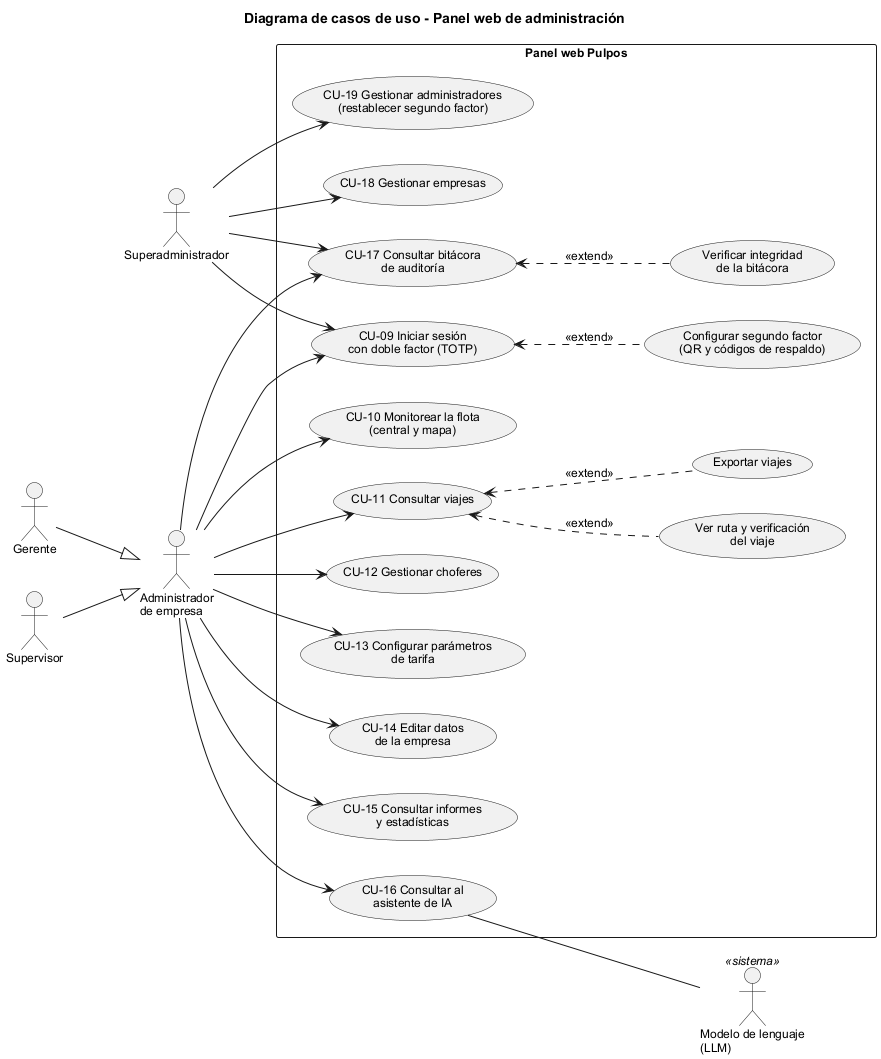
Before: diseno/uml/cu02_panel_web.png, a diagram exported from PlantUML (BenjexDtz/pulpos-taxis).
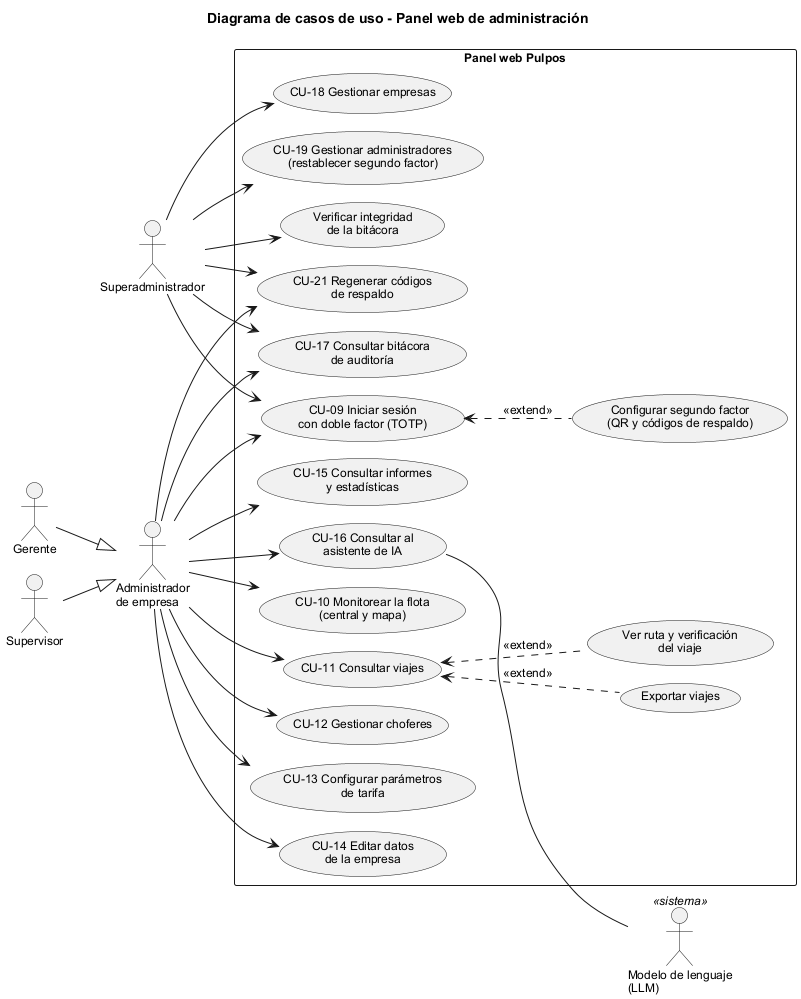
The same diagram one commit later.

The edit, as a diff of the source:
```diff
@@ -1,4 +1,5 @@
 @startuml cu02_panel_web
+!pragma layout smetana
 !include estilo.iuml
 left to right direction
 title Diagrama de casos de uso - Panel web de administración
@@ -28,6 +29,7 @@
   usecase "Verificar integridad\nde la bitácora" as UC17a
   usecase "CU-18 Gestionar empresas" as UC18
   usecase "CU-19 Gestionar administradores\n(restablecer segundo factor)" as UC19
+  usecase "CU-21 Regenerar códigos\nde respaldo" as UC21
 }
 
 Admin --> UC9
@@ -39,16 +41,18 @@
 Admin --> UC15
 Admin --> UC16
 Admin --> UC17
+Admin --> UC21
 
 Super --> UC9
 Super --> UC17
 Super --> UC18
 Super --> UC19
+Super --> UC17a
+Super --> UC21
 
 UC9 <.. UC9a : <<extend>>
 UC11 <.. UC11a : <<extend>>
 UC11 <.. UC11b : <<extend>>
-UC17 <.. UC17a : <<extend>>
 
 UC16 -- LLM
 @enduml
```
